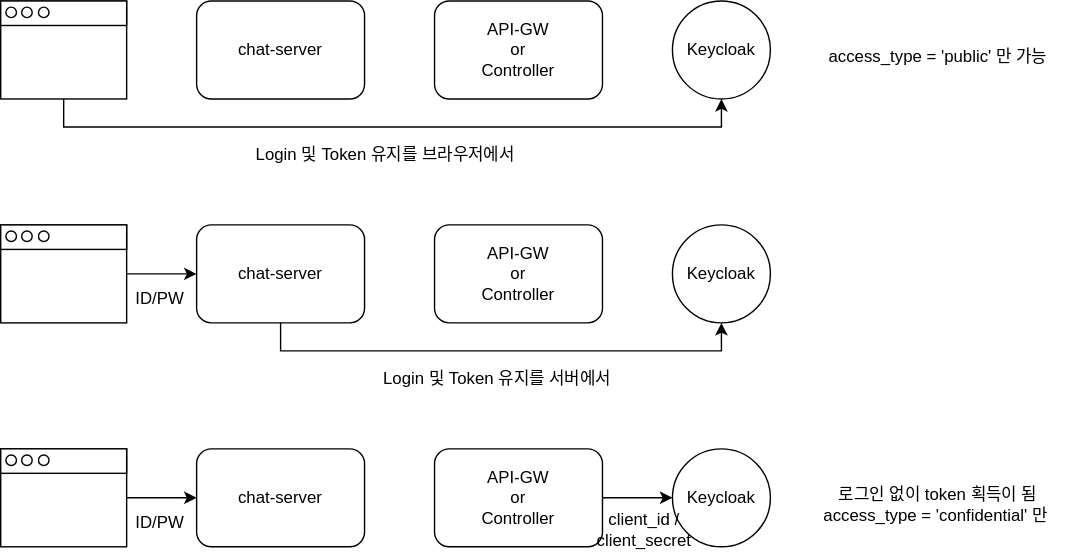
anabaral/azure-etude keeps this draw.io diagram as keycloak/img/keycloak-auth.svg. Above is the earlier version. Source tidied: cells renumbered, new cells last; positions are measured from the earlier drawing's top-left corner, leaving out a move shared by most shapes.
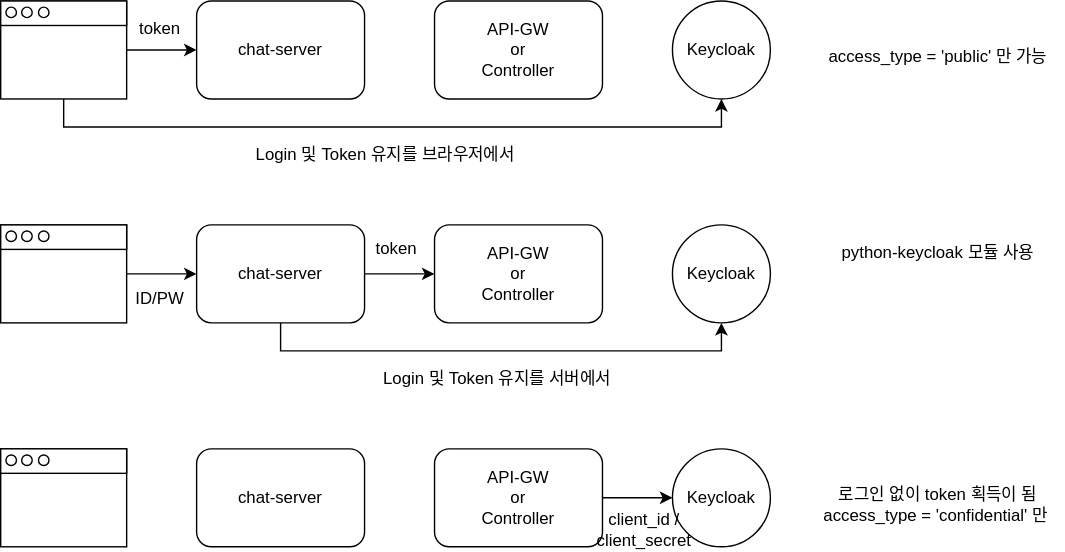
After the commit.

Diff of the diagram source:
```diff
@@ -56,6 +56,9 @@
     <mxCell id="19" style="edgeStyle=orthogonalEdgeStyle;rounded=0;jettySize=auto;html=1;exitX=0.5;exitY=1;exitDx=0;exitDy=0;entryX=0.5;entryY=1;entryDx=0;entryDy=0;" parent="1" edge="1" source="20" target="22">
       <mxGeometry relative="1" as="geometry" />
     </mxCell>
+    <mxCell id="41" style="edgeStyle=orthogonalEdgeStyle;rounded=0;jettySize=auto;html=1;exitX=1;exitY=0.5;exitDx=0;exitDy=0;entryX=0;entryY=0.5;entryDx=0;entryDy=0;" parent="1" edge="1" source="20" target="21">
+      <mxGeometry relative="1" as="geometry" />
+    </mxCell>
     <mxCell id="20" value="chat-server" style="rounded=1;whiteSpace=wrap;html=1;" parent="1" vertex="1">
       <mxGeometry x="140" y="160" width="120" height="70" as="geometry" />
     </mxCell>
@@ -107,17 +110,23 @@
     <mxCell id="36" value="Keycloak" style="ellipse;whiteSpace=wrap;html=1;" parent="1" vertex="1">
       <mxGeometry x="480" y="320" width="70" height="70" as="geometry" />
     </mxCell>
-    <mxCell id="37" style="edgeStyle=orthogonalEdgeStyle;rounded=0;jettySize=auto;html=1;exitX=1;exitY=0.5;exitDx=0;exitDy=0;entryX=0;entryY=0.5;entryDx=0;entryDy=0;" parent="1" edge="1" source="28" target="33">
-      <mxGeometry relative="1" as="geometry" />
-    </mxCell>
-    <mxCell id="38" value="ID/PW" style="text;html=1;strokeColor=none;fillColor=none;align=center;verticalAlign=middle;whiteSpace=wrap;rounded=0;" parent="1" vertex="1">
-      <mxGeometry x="94" y="363" width="40" height="20" as="geometry" />
-    </mxCell>
     <mxCell id="39" value="client_id / client_secret" style="text;html=1;strokeColor=none;fillColor=none;align=center;verticalAlign=middle;whiteSpace=wrap;rounded=0;" parent="1" vertex="1">
       <mxGeometry x="410" y="363" width="100" height="30" as="geometry" />
     </mxCell>
     <mxCell id="40" value="로그인 없이 token 획득이 됨&lt;br&gt;access_type = 'confidential' 만&amp;nbsp;" style="text;html=1;strokeColor=none;fillColor=none;align=center;verticalAlign=middle;whiteSpace=wrap;rounded=0;" parent="1" vertex="1">
       <mxGeometry x="580" y="350" width="180" height="20" as="geometry" />
     </mxCell>
+    <mxCell id="42" value="token" style="text;html=1;strokeColor=none;fillColor=none;align=center;verticalAlign=middle;whiteSpace=wrap;rounded=0;" parent="1" vertex="1">
+      <mxGeometry x="263" y="167" width="40" height="20" as="geometry" />
+    </mxCell>
+    <mxCell id="43" value="python-keycloak 모듈 사용" style="text;html=1;strokeColor=none;fillColor=none;align=center;verticalAlign=middle;whiteSpace=wrap;rounded=0;" parent="1" vertex="1">
+      <mxGeometry x="580" y="170" width="180" height="20" as="geometry" />
+    </mxCell>
+    <mxCell id="44" style="edgeStyle=orthogonalEdgeStyle;rounded=0;jettySize=auto;html=1;exitX=1;exitY=0.5;exitDx=0;exitDy=0;entryX=0;entryY=0.5;entryDx=0;entryDy=0;" parent="1" edge="1" source="3" target="8">
+      <mxGeometry relative="1" as="geometry" />
+    </mxCell>
+    <mxCell id="45" value="token" style="text;html=1;strokeColor=none;fillColor=none;align=center;verticalAlign=middle;whiteSpace=wrap;rounded=0;" parent="1" vertex="1">
+      <mxGeometry x="94" y="10" width="40" height="20" as="geometry" />
+    </mxCell>
   </root>
 </mxGraphModel>
```
